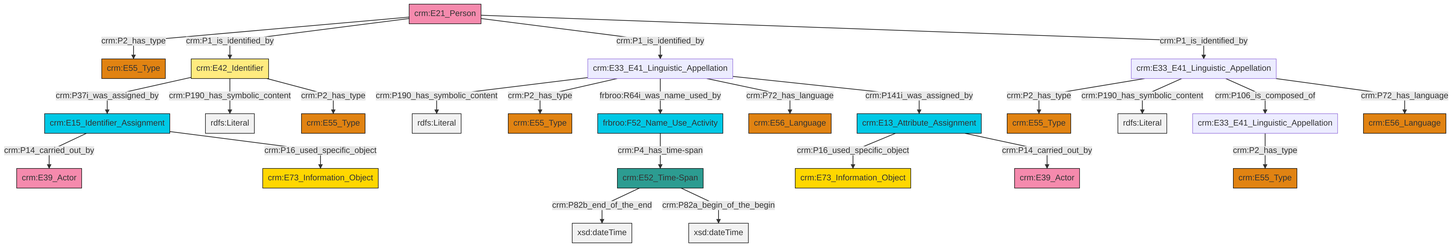
Earlier version of the Mermaid export et/personCSV/ttl/mmd/png/Person_Names_and_Classification.png (swiss-art-research-net/docs.swissartresearch). Its source is kept beside it as et/personCSV/ttl/mmd/Person_Names_and_Classification.ttl.mmd.
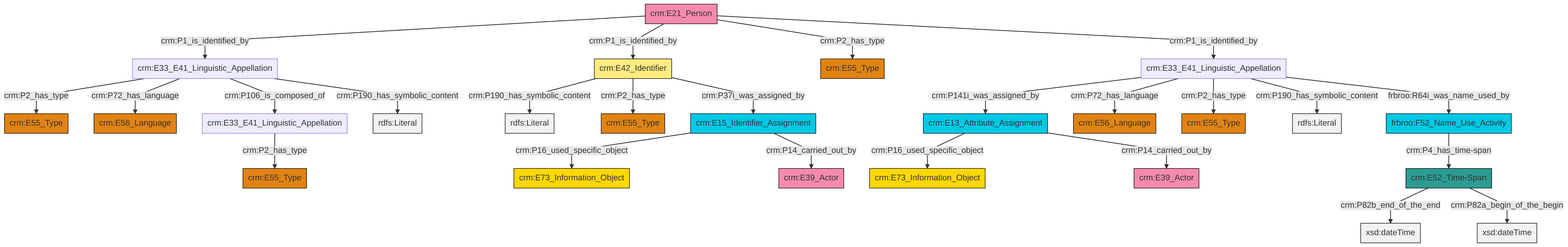
After the commit.

Diff of the diagram source:
```diff
@@ -13,27 +13,27 @@
 classDef PC_Classes fill:#4ce600, stroke:#000000;
 classDef Multi fill:#cccccc,stroke:#000000;
 
-2["crm:E52_Time-Span"]:::Time-Span -->|crm:P82b_end_of_the_end| 3[xsd:dateTime]:::Literal
-4["frbroo:F52_Name_Use_Activity"]:::Temporal_Entity -->|crm:P4_has_time-span| 2["crm:E52_Time-Span"]:::Time-Span
-7["crm:E15_Identifier_Assignment"]:::Temporal_Entity -->|crm:P14_carried_out_by| 8["crm:E39_Actor"]:::Actor
-9["crm:E33_E41_Linguistic_Appellation"]:::Default -->|crm:P190_has_symbolic_content| 10[rdfs:Literal]:::Literal
-17["crm:E21_Person"]:::Actor -->|crm:P2_has_type| 18["crm:E55_Type"]:::Type
-21["crm:E33_E41_Linguistic_Appellation"]:::Default -->|crm:P2_has_type| 23["crm:E55_Type"]:::Type
-9["crm:E33_E41_Linguistic_Appellation"]:::Default -->|crm:P2_has_type| 27["crm:E55_Type"]:::Type
-17["crm:E21_Person"]:::Actor -->|crm:P1_is_identified_by| 28["crm:E42_Identifier"]:::Appellation
-9["crm:E33_E41_Linguistic_Appellation"]:::Default -->|frbroo:R64i_was_name_used_by| 4["frbroo:F52_Name_Use_Activity"]:::Temporal_Entity
-21["crm:E33_E41_Linguistic_Appellation"]:::Default -->|crm:P190_has_symbolic_content| 30[rdfs:Literal]:::Literal
-21["crm:E33_E41_Linguistic_Appellation"]:::Default -->|crm:P106_is_composed_of| 0["crm:E33_E41_Linguistic_Appellation"]:::Default
-9["crm:E33_E41_Linguistic_Appellation"]:::Default -->|crm:P72_has_language| 33["crm:E56_Language"]:::Type
-28["crm:E42_Identifier"]:::Appellation -->|crm:P37i_was_assigned_by| 7["crm:E15_Identifier_Assignment"]:::Temporal_Entity
-13["crm:E13_Attribute_Assignment"]:::Temporal_Entity -->|crm:P16_used_specific_object| 5["crm:E73_Information_Object"]:::Conceptual_Object
-17["crm:E21_Person"]:::Actor -->|crm:P1_is_identified_by| 9["crm:E33_E41_Linguistic_Appellation"]:::Default
-2["crm:E52_Time-Span"]:::Time-Span -->|crm:P82a_begin_of_the_begin| 37[xsd:dateTime]:::Literal
-13["crm:E13_Attribute_Assignment"]:::Temporal_Entity -->|crm:P14_carried_out_by| 24["crm:E39_Actor"]:::Actor
-28["crm:E42_Identifier"]:::Appellation -->|crm:P190_has_symbolic_content| 41[rdfs:Literal]:::Literal
-17["crm:E21_Person"]:::Actor -->|crm:P1_is_identified_by| 21["crm:E33_E41_Linguistic_Appellation"]:::Default
-21["crm:E33_E41_Linguistic_Appellation"]:::Default -->|crm:P72_has_language| 42["crm:E56_Language"]:::Type
-28["crm:E42_Identifier"]:::Appellation -->|crm:P2_has_type| 45["crm:E55_Type"]:::Type
-7["crm:E15_Identifier_Assignment"]:::Temporal_Entity -->|crm:P16_used_specific_object| 34["crm:E73_Information_Object"]:::Conceptual_Object
-0["crm:E33_E41_Linguistic_Appellation"]:::Default -->|crm:P2_has_type| 19["crm:E55_Type"]:::Type
-9["crm:E33_E41_Linguistic_Appellation"]:::Default -->|crm:P141i_was_assigned_by| 13["crm:E13_Attribute_Assignment"]:::Temporal_Entity
+4["crm:E33_E41_Linguistic_Appellation"]:::Default -->|crm:P2_has_type| 5["crm:E55_Type"]:::Type
+6["crm:E21_Person"]:::Actor -->|crm:P1_is_identified_by| 7["crm:E33_E41_Linguistic_Appellation"]:::Default
+9["crm:E52_Time-Span"]:::Time-Span -->|crm:P82b_end_of_the_end| 10[xsd:dateTime]:::Literal
+15["crm:E13_Attribute_Assignment"]:::Temporal_Entity -->|crm:P16_used_specific_object| 16["crm:E73_Information_Object"]:::Conceptual_Object
+15["crm:E13_Attribute_Assignment"]:::Temporal_Entity -->|crm:P14_carried_out_by| 0["crm:E39_Actor"]:::Actor
+26["crm:E15_Identifier_Assignment"]:::Temporal_Entity -->|crm:P16_used_specific_object| 23["crm:E73_Information_Object"]:::Conceptual_Object
+27["crm:E42_Identifier"]:::Appellation -->|crm:P190_has_symbolic_content| 28[rdfs:Literal]:::Literal
+21["crm:E33_E41_Linguistic_Appellation"]:::Default -->|crm:P141i_was_assigned_by| 15["crm:E13_Attribute_Assignment"]:::Temporal_Entity
+6["crm:E21_Person"]:::Actor -->|crm:P1_is_identified_by| 27["crm:E42_Identifier"]:::Appellation
+13["frbroo:F52_Name_Use_Activity"]:::Temporal_Entity -->|crm:P4_has_time-span| 9["crm:E52_Time-Span"]:::Time-Span
+7["crm:E33_E41_Linguistic_Appellation"]:::Default -->|crm:P2_has_type| 2["crm:E55_Type"]:::Type
+6["crm:E21_Person"]:::Actor -->|crm:P2_has_type| 17["crm:E55_Type"]:::Type
+7["crm:E33_E41_Linguistic_Appellation"]:::Default -->|crm:P72_has_language| 30["crm:E56_Language"]:::Type
+27["crm:E42_Identifier"]:::Appellation -->|crm:P2_has_type| 19["crm:E55_Type"]:::Type
+21["crm:E33_E41_Linguistic_Appellation"]:::Default -->|crm:P72_has_language| 33["crm:E56_Language"]:::Type
+7["crm:E33_E41_Linguistic_Appellation"]:::Default -->|crm:P106_is_composed_of| 4["crm:E33_E41_Linguistic_Appellation"]:::Default
+21["crm:E33_E41_Linguistic_Appellation"]:::Default -->|crm:P2_has_type| 34["crm:E55_Type"]:::Type
+27["crm:E42_Identifier"]:::Appellation -->|crm:P37i_was_assigned_by| 26["crm:E15_Identifier_Assignment"]:::Temporal_Entity
+6["crm:E21_Person"]:::Actor -->|crm:P1_is_identified_by| 21["crm:E33_E41_Linguistic_Appellation"]:::Default
+21["crm:E33_E41_Linguistic_Appellation"]:::Default -->|crm:P190_has_symbolic_content| 39[rdfs:Literal]:::Literal
+7["crm:E33_E41_Linguistic_Appellation"]:::Default -->|crm:P190_has_symbolic_content| 40[rdfs:Literal]:::Literal
+26["crm:E15_Identifier_Assignment"]:::Temporal_Entity -->|crm:P14_carried_out_by| 41["crm:E39_Actor"]:::Actor
+9["crm:E52_Time-Span"]:::Time-Span -->|crm:P82a_begin_of_the_begin| 42[xsd:dateTime]:::Literal
+21["crm:E33_E41_Linguistic_Appellation"]:::Default -->|frbroo:R64i_was_name_used_by| 13["frbroo:F52_Name_Use_Activity"]:::Temporal_Entity
```
